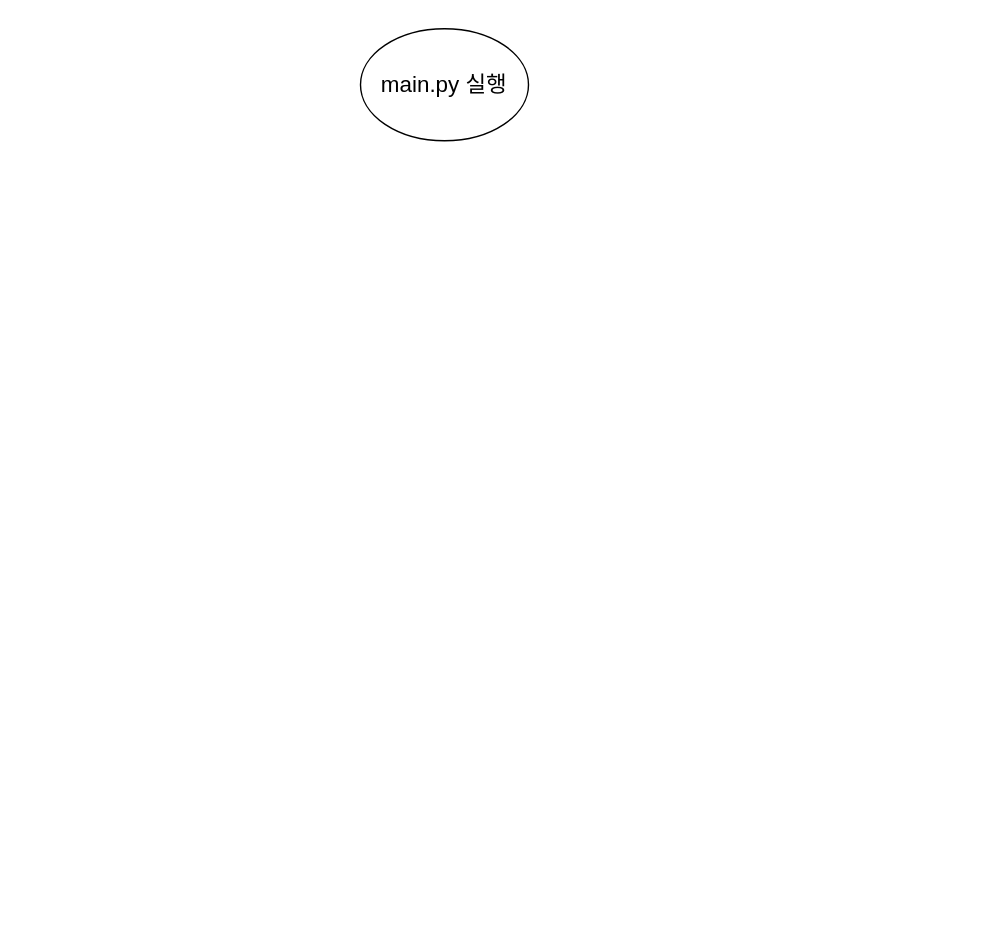
rkrnru/2021ESWContest_free_1071 keeps this draw.io diagram as Untitled Diagram.drawio. Above is the earlier version. Source tidied: cells renumbered, new cells numbered last; positions are measured from the earlier drawing's top-left corner, leaving out a move shared by most shapes. Both pictures are drawn from the tidied source at 140%, with x=0, y=0 at pixel (360, 28).
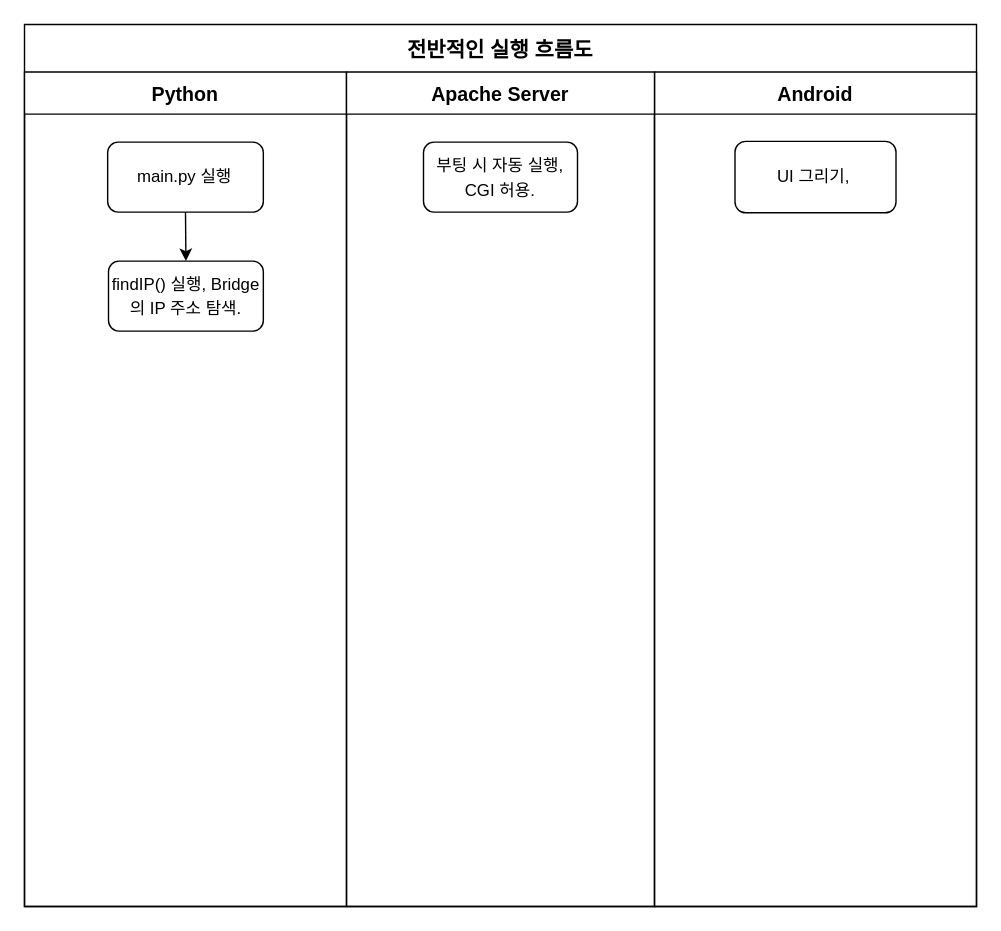
The same diagram, later.

The edit, as a diff of the source:
```diff
@@
 <mxGraphModel>
   <root>
     <mxCell id="0" />
     <mxCell id="1" parent="0" />
+    <mxCell id="3" value="전반적인 실행 흐름도" style="swimlane;fontSize=15;startSize=34;" parent="1" vertex="1">
+      <mxGeometry x="-240" y="-3" width="680" height="630" as="geometry" />
+    </mxCell>
+    <mxCell id="4" value="Python" style="swimlane;startSize=30;fontSize=14;" parent="3" vertex="1">
+      <mxGeometry y="34" width="230" height="596" as="geometry" />
+    </mxCell>
-    <mxCell id="2" value="&lt;font style=&quot;font-size: 16px&quot;&gt;main.py 실행&lt;/font&gt;" style="ellipse;whiteSpace=wrap;html=1;" parent="1" vertex="1">
-      <mxGeometry width="120" height="80" as="geometry" />
+    <mxCell id="2" value="main.py 실행" style="rounded=1;whiteSpace=wrap;html=1;" parent="4" vertex="1">
+      <mxGeometry x="59.4" y="50" width="111.2" height="50" as="geometry" />
     </mxCell>
+    <mxCell id="5" value="&lt;p style=&quot;line-height: 140%&quot;&gt;findIP() 실행, Bridge의 IP 주소 탐색.&lt;br&gt;&lt;/p&gt;" style="rounded=1;whiteSpace=wrap;html=1;fontSize=12;" parent="4" vertex="1">
+      <mxGeometry x="60" y="135" width="110.6" height="50" as="geometry" />
+    </mxCell>
+    <mxCell id="6" style="endArrow=classic;html=1;fontSize=12;exitX=0.5;exitY=1;exitDx=0;exitDy=0;entryX=0.5;entryY=0;entryDx=0;entryDy=0;" parent="4" edge="1" source="2" target="5">
+      <mxGeometry relative="1" as="geometry" />
+    </mxCell>
+    <mxCell id="7" value="Android" style="swimlane;startSize=30;fontSize=14;" parent="3" vertex="1">
+      <mxGeometry x="450" y="34" width="230" height="596" as="geometry" />
+    </mxCell>
+    <mxCell id="8" value="UI 그리기,&amp;nbsp;" style="rounded=1;whiteSpace=wrap;html=1;fontSize=12;" parent="7" vertex="1">
+      <mxGeometry x="57.5" y="49.5" width="115" height="51" as="geometry" />
+    </mxCell>
+    <mxCell id="9" value="Apache Server" style="swimlane;fontSize=14;startSize=30;spacing=2;" parent="3" vertex="1">
+      <mxGeometry x="230" y="34" width="220" height="596" as="geometry" />
+    </mxCell>
+    <mxCell id="10" value="&lt;p style=&quot;line-height: 150%&quot;&gt;부팅 시 자동 실행, CGI 허용.&lt;/p&gt;" style="rounded=1;whiteSpace=wrap;html=1;fontSize=12;spacing=2;" parent="9" vertex="1">
+      <mxGeometry x="55" y="50" width="110" height="50" as="geometry" />
+    </mxCell>
   </root>
 </mxGraphModel>
```
